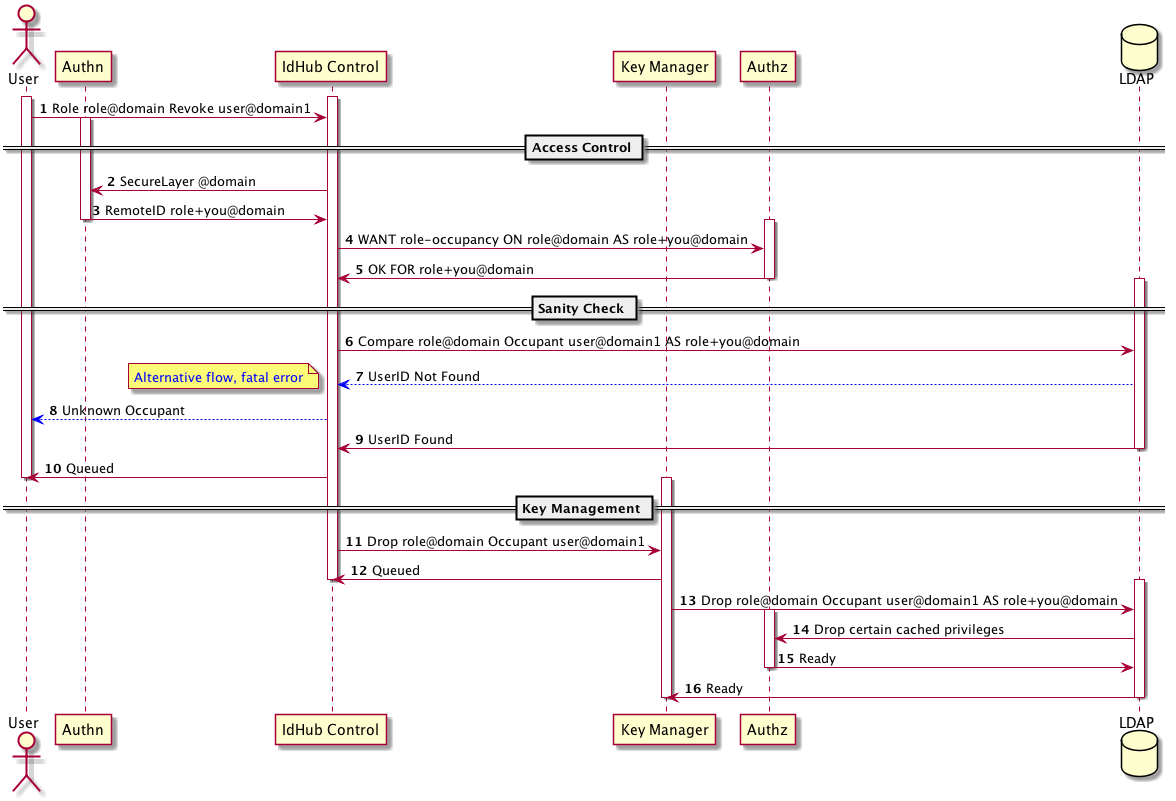
The PlantUML diagram role-occupant-del.png in arpa2/identityhub-design, before a commit.
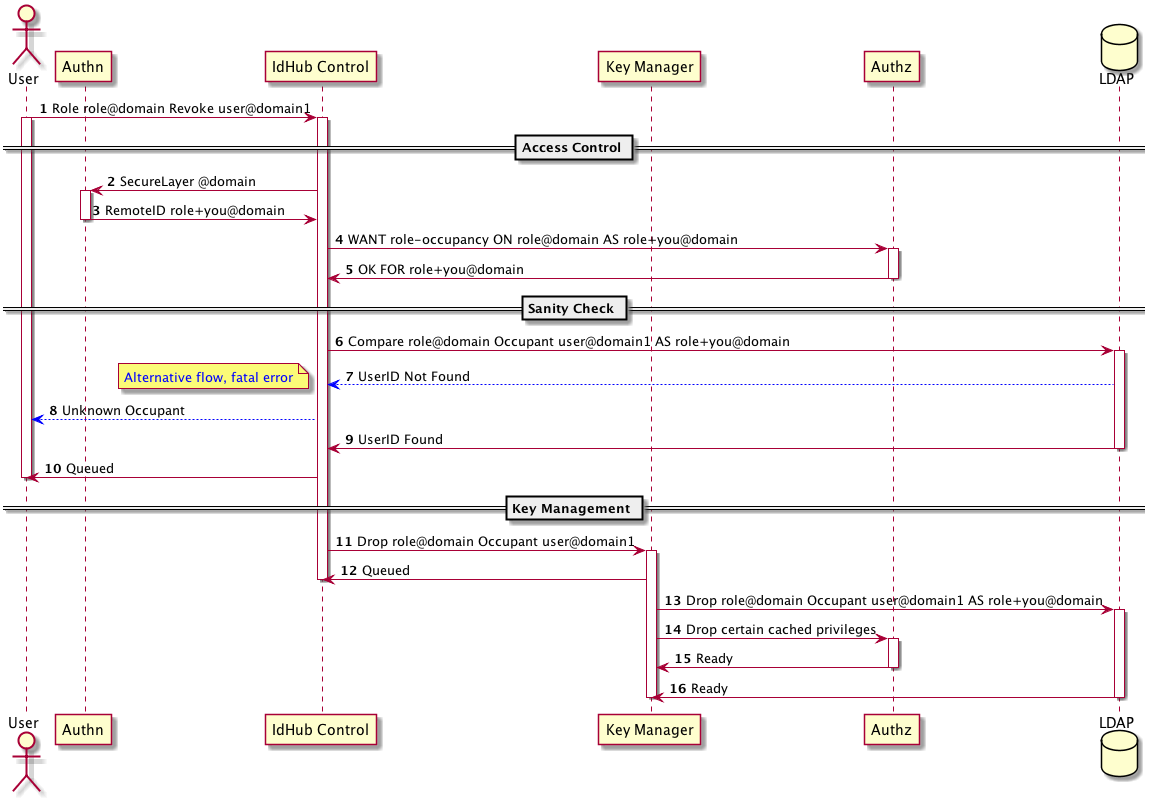
Above is the later version.

Change to the diagram source:
```diff
@@ -9,26 +9,26 @@
 
 autonumber
 
+User -> Control: Role role@domain Revoke user@domain1
 activate User
 activate Control
-User -> Control: Role role@domain Revoke user@domain1
 
 == Access Control ==
 
+	Control -> Authn: SecureLayer @domain
 	activate Authn
-	Control -> Authn: SecureLayer @domain
 	Authn -> Control: RemoteID role+you@domain
 	deactivate Authn
 
+	Control -> Authz: WANT role-occupancy ON role@domain AS role+you@domain
 	activate Authz
-	Control -> Authz: WANT role-occupancy ON role@domain AS role+you@domain
 	Authz -> Control: OK FOR role+you@domain
 	deactivate Authz
 
 == Sanity Check ==
 
+	Control -> LDAP: Compare role@domain Occupant user@domain1 AS role+you@domain
 	activate LDAP
-	Control -> LDAP: Compare role@domain Occupant user@domain1 AS role+you@domain
 	LDAP -[#blue]-> Control: UserID Not Found
 note left: <color:blue>Alternative flow, fatal error</color>
 Control -[#blue]-> User: Unknown Occupant
@@ -40,19 +40,19 @@
 
 == Key Management ==
 
+	Control -> KeyManager: Drop role@domain Occupant user@domain1
 	activate KeyManager
-	Control -> KeyManager: Drop role@domain Occupant user@domain1
 	KeyManager -> Control: Queued
 deactivate Control
 
 
+	KeyManager -> LDAP: Drop role@domain Occupant user@domain1 AS role+you@domain
 	activate LDAP
-	KeyManager -> LDAP: Drop role@domain Occupant user@domain1 AS role+you@domain
 
-		activate Authz
-		LDAP -> Authz: Drop certain cached privileges
-		Authz -> LDAP: Ready
-		deactivate Authz
+	KeyManager -> Authz: Drop certain cached privileges
+	activate Authz
+	Authz -> KeyManager: Ready
+	deactivate Authz
 
 	LDAP -> KeyManager: Ready
 	deactivate LDAP
```
